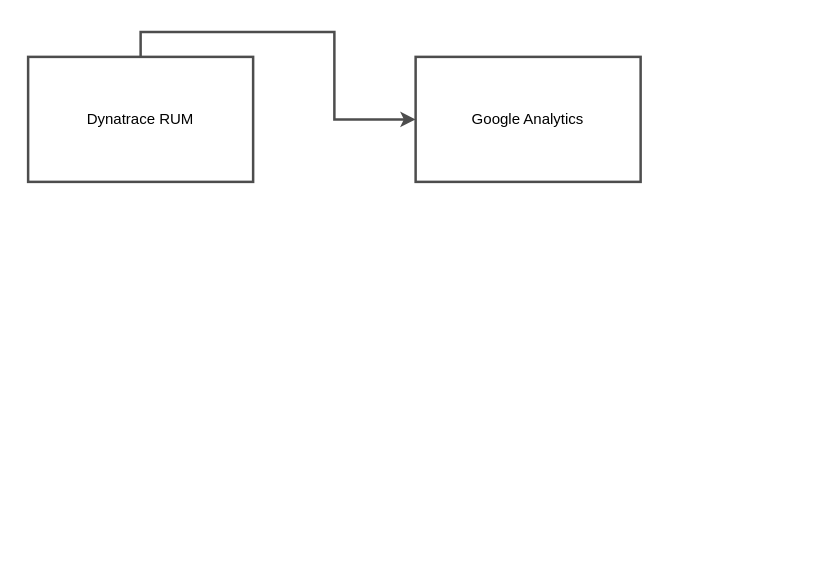
This is draw.io/Dynatrace/Untitled Diagram.drawio from theharithsa/theharithsa, a draw.io file, before an edit. Source tidied: cells renumbered, new cells numbered last; positions are measured from the earlier drawing's top-left corner, leaving out a move shared by most shapes. Both pictures are drawn from the tidied source at 125%, with x=0, y=0 at pixel (28, 56).
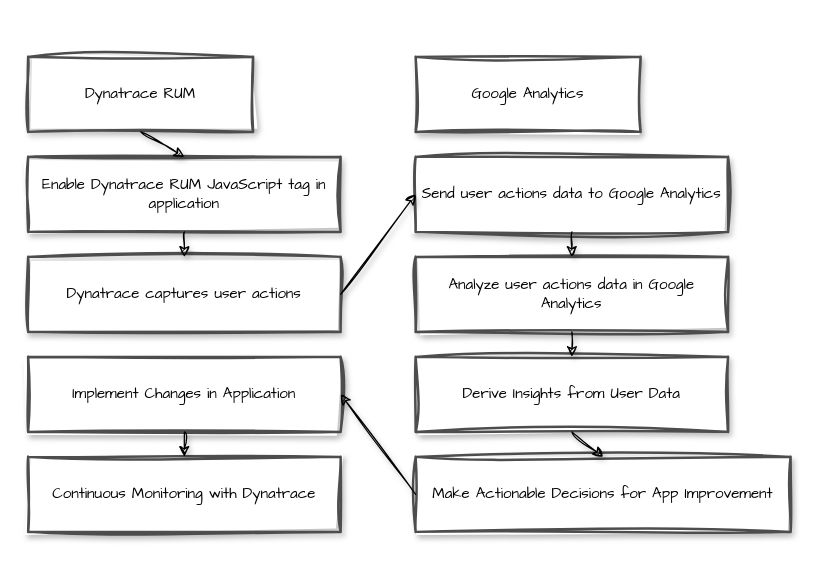
The same page after the edit.

The edit, as a diff of the source:
```diff
@@
 <mxGraphModel>
   <root>
     <mxCell id="0" />
     <mxCell id="1" parent="0" />
-    <mxCell id="2" value="Dynatrace RUM" style="rounded=0;whiteSpace=wrap;html=1;strokeWidth=2;strokeColor=#4D4D4D;" parent="1" vertex="1">
-      <mxGeometry width="180" height="100" as="geometry" />
+    <mxCell id="2" value="Dynatrace RUM" style="rounded=0;whiteSpace=wrap;html=1;strokeWidth=2;strokeColor=#4D4D4D;sketch=1;curveFitting=1;jiggle=2;shadow=1;fontFamily=Comic Sans MS;" parent="1" vertex="1">
+      <mxGeometry width="180" height="60" as="geometry" />
     </mxCell>
+    <mxCell id="5" value="Enable Dynatrace RUM JavaScript tag in application" style="rounded=0;whiteSpace=wrap;html=1;strokeWidth=2;strokeColor=#4D4D4D;sketch=1;curveFitting=1;jiggle=2;shadow=1;fontFamily=Comic Sans MS;" parent="1" vertex="1">
+      <mxGeometry y="80" width="250" height="60" as="geometry" />
+    </mxCell>
+    <mxCell id="6" style="exitX=0.5;exitY=1;entryX=0.5;entryY=0;sketch=1;curveFitting=1;jiggle=2;shadow=1;fontFamily=Comic Sans MS;" parent="1" edge="1" source="2" target="5">
+      <mxGeometry relative="1" as="geometry" />
+    </mxCell>
+    <mxCell id="7" value="Dynatrace captures user actions" style="rounded=0;whiteSpace=wrap;html=1;strokeWidth=2;strokeColor=#4D4D4D;sketch=1;curveFitting=1;jiggle=2;shadow=1;fontFamily=Comic Sans MS;" parent="1" vertex="1">
+      <mxGeometry y="160" width="250" height="60" as="geometry" />
+    </mxCell>
+    <mxCell id="8" style="exitX=0.5;exitY=1;entryX=0.5;entryY=0;sketch=1;curveFitting=1;jiggle=2;shadow=1;fontFamily=Comic Sans MS;" parent="1" edge="1" source="5" target="7">
+      <mxGeometry relative="1" as="geometry" />
+    </mxCell>
-    <mxCell id="3" value="Google Analytics" style="rounded=0;whiteSpace=wrap;html=1;strokeWidth=2;strokeColor=#4D4D4D;" parent="1" vertex="1">
-      <mxGeometry x="310" width="180" height="100" as="geometry" />
+    <mxCell id="3" value="Google Analytics" style="rounded=0;whiteSpace=wrap;html=1;strokeWidth=2;strokeColor=#4D4D4D;sketch=1;curveFitting=1;jiggle=2;shadow=1;fontFamily=Comic Sans MS;" parent="1" vertex="1">
+      <mxGeometry x="310" width="180" height="60" as="geometry" />
     </mxCell>
-    <mxCell id="4" style="edgeStyle=orthogonalEdgeStyle;rounded=0;jettySize=auto;exitX=0.5;exitY=0;exitDx=0;exitDy=0;html=1;exitPerimeter=0;strokeWidth=2;strokeColor=#4D4D4D;" parent="1" edge="1" source="2" target="3">
-      <mxGeometry relative="1" as="geometry" />
-    </mxCell>
+    <mxCell id="9" value="Send user actions data to Google Analytics" style="rounded=0;whiteSpace=wrap;html=1;strokeWidth=2;strokeColor=#4D4D4D;sketch=1;curveFitting=1;jiggle=2;shadow=1;fontFamily=Comic Sans MS;" parent="1" vertex="1">
+      <mxGeometry x="310" y="80" width="250" height="60" as="geometry" />
+    </mxCell>
+    <mxCell id="10" style="exitX=1;exitY=0.5;entryX=0;entryY=0.5;sketch=1;curveFitting=1;jiggle=2;shadow=1;fontFamily=Comic Sans MS;" parent="1" edge="1" source="7" target="9">
+      <mxGeometry relative="1" as="geometry" />
+    </mxCell>
+    <mxCell id="11" value="Analyze user actions data in Google Analytics" style="rounded=0;whiteSpace=wrap;html=1;strokeWidth=2;strokeColor=#4D4D4D;sketch=1;curveFitting=1;jiggle=2;shadow=1;fontFamily=Comic Sans MS;" parent="1" vertex="1">
+      <mxGeometry x="310" y="160" width="250" height="60" as="geometry" />
+    </mxCell>
+    <mxCell id="12" style="exitX=0.5;exitY=1;entryX=0.5;entryY=0;sketch=1;curveFitting=1;jiggle=2;shadow=1;fontFamily=Comic Sans MS;" parent="1" edge="1" source="9" target="11">
+      <mxGeometry relative="1" as="geometry" />
+    </mxCell>
+    <mxCell id="13" value="Derive Insights from User Data" style="rounded=0;whiteSpace=wrap;html=1;strokeWidth=2;strokeColor=#4D4D4D;sketch=1;curveFitting=1;jiggle=2;shadow=1;fontFamily=Comic Sans MS;" parent="1" vertex="1">
+      <mxGeometry x="310" y="240" width="250" height="60" as="geometry" />
+    </mxCell>
+    <mxCell id="14" style="exitX=0.5;exitY=1;entryX=0.5;entryY=0;sketch=1;curveFitting=1;jiggle=2;shadow=1;fontFamily=Comic Sans MS;" parent="1" edge="1" source="11" target="13">
+      <mxGeometry relative="1" as="geometry" />
+    </mxCell>
+    <mxCell id="15" value="Make Actionable Decisions for App Improvement" style="rounded=0;whiteSpace=wrap;html=1;strokeWidth=2;strokeColor=#4D4D4D;sketch=1;curveFitting=1;jiggle=2;shadow=1;fontFamily=Comic Sans MS;" parent="1" vertex="1">
+      <mxGeometry x="310" y="320" width="300" height="60" as="geometry" />
+    </mxCell>
+    <mxCell id="16" style="exitX=0.5;exitY=1;entryX=0.5;entryY=0;sketch=1;curveFitting=1;jiggle=2;shadow=1;fontFamily=Comic Sans MS;" parent="1" edge="1" source="13" target="15">
+      <mxGeometry relative="1" as="geometry" />
+    </mxCell>
+    <mxCell id="17" value="Implement Changes in Application" style="rounded=0;whiteSpace=wrap;html=1;strokeWidth=2;strokeColor=#4D4D4D;sketch=1;curveFitting=1;jiggle=2;shadow=1;fontFamily=Comic Sans MS;" parent="1" vertex="1">
+      <mxGeometry y="240" width="250" height="60" as="geometry" />
+    </mxCell>
+    <mxCell id="18" style="exitX=0;exitY=0.5;entryX=1;entryY=0.5;sketch=1;curveFitting=1;jiggle=2;shadow=1;fontFamily=Comic Sans MS;" parent="1" edge="1" source="15" target="17">
+      <mxGeometry relative="1" as="geometry" />
+    </mxCell>
+    <mxCell id="19" value="Continuous Monitoring with Dynatrace" style="rounded=0;whiteSpace=wrap;html=1;strokeWidth=2;strokeColor=#4D4D4D;sketch=1;curveFitting=1;jiggle=2;shadow=1;fontFamily=Comic Sans MS;" parent="1" vertex="1">
+      <mxGeometry y="320" width="250" height="60" as="geometry" />
+    </mxCell>
+    <mxCell id="20" style="exitX=0.5;exitY=1;entryX=0.5;entryY=0;sketch=1;curveFitting=1;jiggle=2;shadow=1;fontFamily=Comic Sans MS;" parent="1" edge="1" source="17" target="19">
+      <mxGeometry relative="1" as="geometry" />
+    </mxCell>
   </root>
 </mxGraphModel>
```
